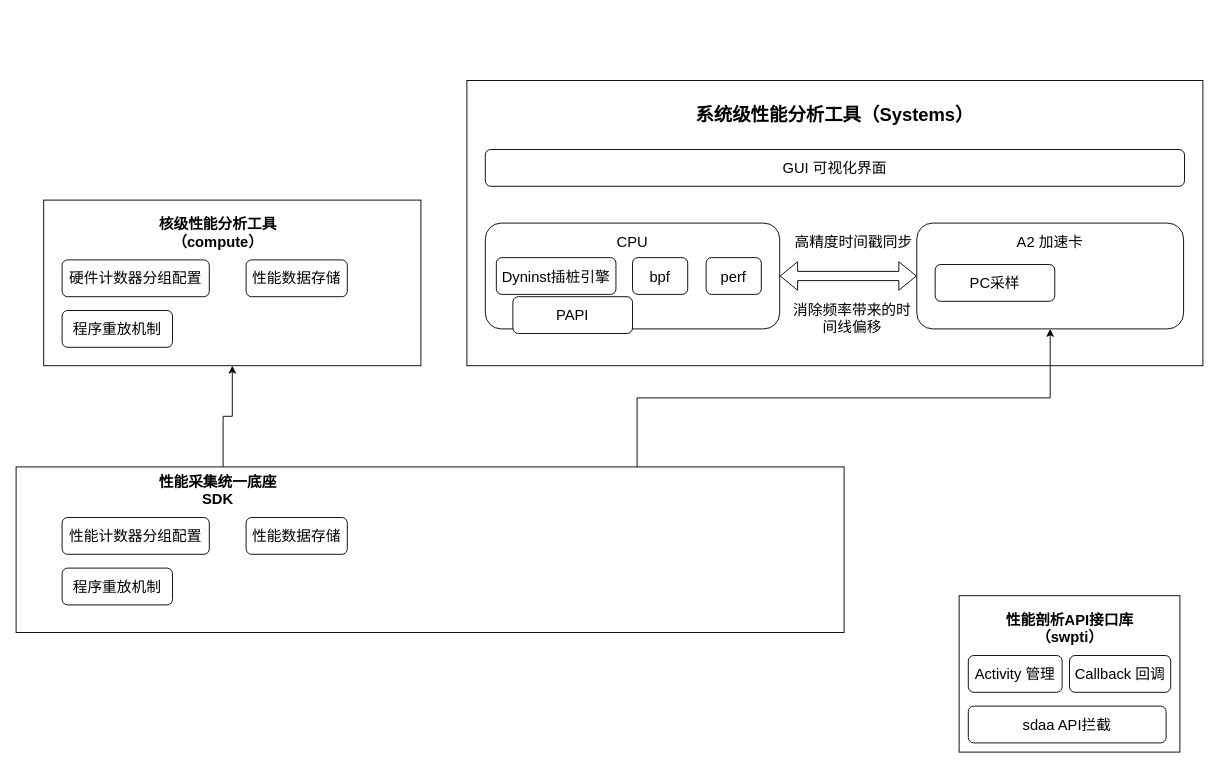
Before: 开发工具整体关系图.drawio in HanxuLiu/drawio-files, a draw.io diagram. Source tidied: cells renumbered, new cells numbered last; positions are measured from the earlier drawing's top-left corner, leaving out a move shared by most shapes. Both pictures are drawn from the tidied source at 92%, with x=0, y=0 at pixel (16, 80).
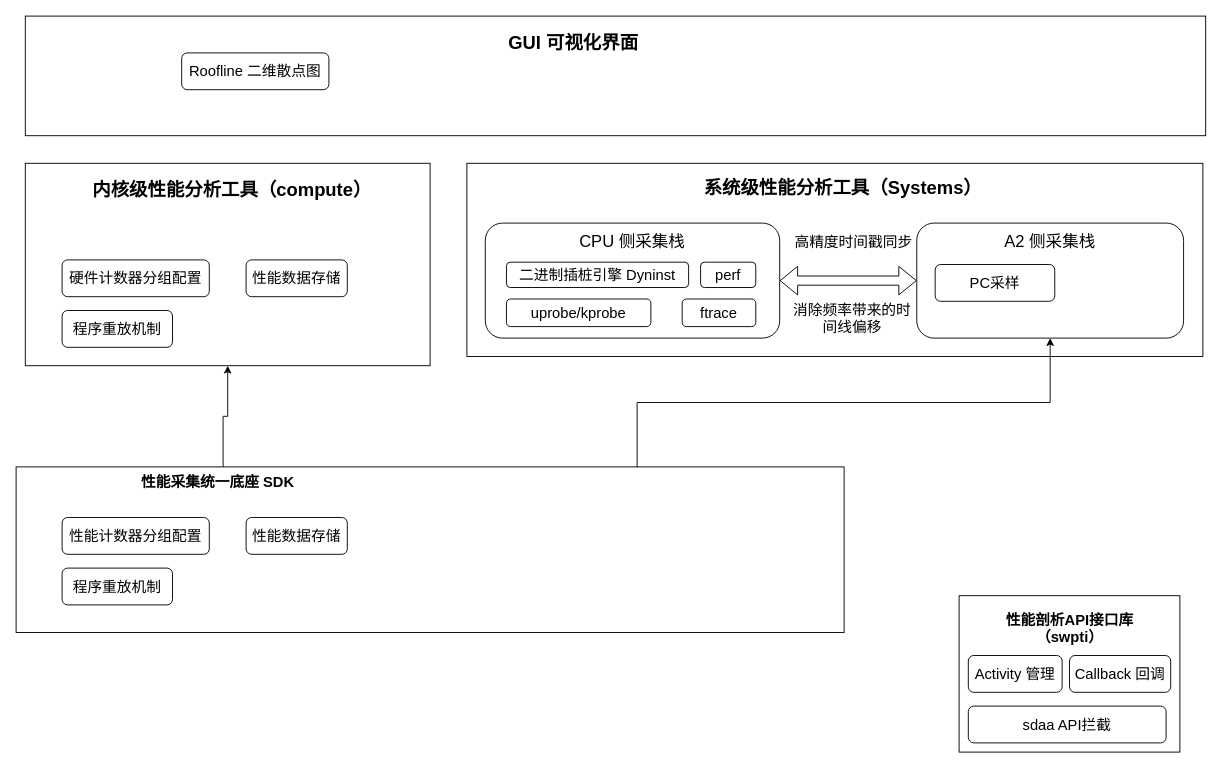
Above is the later version.

Commit message:
更新开发工具整体关系图.drawio

The edit, as a diff of the source:
```diff
@@
-    <mxCell id="10" value="&lt;span style=&quot;&quot;&gt;性能采集统一底座&lt;/span&gt;&lt;div style=&quot;&quot;&gt;SDK&lt;/div&gt;" style="text;whiteSpace=wrap;html=1;align=center;fontSize=16;fontStyle=1;" parent="1" vertex="1">
+    <mxCell id="10" value="&lt;span style=&quot;&quot;&gt;性能采集统一底座&amp;nbsp;&lt;/span&gt;&lt;span style=&quot;background-color: transparent; color: light-dark(rgb(0, 0, 0), rgb(255, 255, 255));&quot;&gt;SDK&lt;/span&gt;" style="text;whiteSpace=wrap;html=1;align=center;fontSize=16;fontStyle=1;" parent="1" vertex="1">
       <mxGeometry x="119" y="420" width="201" height="40" as="geometry" />
     </mxCell>
@@
     <mxCell id="13" value="&lt;div&gt;&lt;br&gt;&lt;/div&gt;&lt;div&gt;&lt;br&gt;&lt;/div&gt;&lt;div&gt;&lt;br&gt;&lt;/div&gt;&lt;div&gt;&lt;br&gt;&lt;/div&gt;" style="rounded=0;whiteSpace=wrap;html=1;fontSize=16;fontStyle=0;" parent="1" vertex="1">
-      <mxGeometry x="30" y="130" width="410" height="180" as="geometry" />
+      <mxGeometry x="10" y="90" width="440" height="220" as="geometry" />
     </mxCell>
@@
-    <mxCell id="16" value="核级性能分析工具&lt;br&gt;&lt;div style=&quot;&quot;&gt;（compute）&lt;/div&gt;" style="text;whiteSpace=wrap;html=1;align=center;fontSize=16;fontStyle=1;" parent="1" vertex="1">
-      <mxGeometry x="119" y="140" width="201" height="40" as="geometry" />
+    <mxCell id="16" value="内核级性能分析工具&lt;span style=&quot;background-color: transparent; color: light-dark(rgb(0, 0, 0), rgb(255, 255, 255));&quot;&gt;（compute）&lt;/span&gt;" style="text;whiteSpace=wrap;html=1;align=center;fontSize=20;fontStyle=1;" parent="1" vertex="1">
+      <mxGeometry x="70" y="100" width="330" height="40" as="geometry" />
     </mxCell>
@@
     <mxCell id="18" value="&lt;div&gt;&lt;br&gt;&lt;/div&gt;&lt;div&gt;&lt;br&gt;&lt;/div&gt;&lt;div&gt;&lt;br&gt;&lt;/div&gt;&lt;div&gt;&lt;br&gt;&lt;/div&gt;" style="rounded=0;whiteSpace=wrap;html=1;fontSize=16;fontStyle=0;" parent="1" vertex="1">
-      <mxGeometry x="490" width="800" height="310" as="geometry" />
+      <mxGeometry x="490" y="90" width="800" height="210" as="geometry" />
     </mxCell>
-    <mxCell id="19" value="CPU&lt;div&gt;&lt;br&gt;&lt;/div&gt;&lt;div&gt;&lt;br&gt;&lt;/div&gt;&lt;div&gt;&lt;br&gt;&lt;/div&gt;&lt;div&gt;&lt;br&gt;&lt;/div&gt;" style="rounded=1;whiteSpace=wrap;html=1;fontStyle=0;fontSize=16;" parent="1" vertex="1">
-      <mxGeometry x="510" y="155" width="320" height="115" as="geometry" />
+    <mxCell id="19" value="&lt;font style=&quot;font-size: 18px;&quot;&gt;CPU 侧采集栈&lt;/font&gt;&lt;div&gt;&lt;font style=&quot;font-size: 18px;&quot;&gt;&lt;br&gt;&lt;/font&gt;&lt;/div&gt;&lt;div&gt;&lt;font style=&quot;font-size: 18px;&quot;&gt;&lt;br&gt;&lt;/font&gt;&lt;/div&gt;&lt;div&gt;&lt;font style=&quot;font-size: 18px;&quot;&gt;&lt;br&gt;&lt;/font&gt;&lt;/div&gt;&lt;div&gt;&lt;br&gt;&lt;/div&gt;" style="rounded=1;whiteSpace=wrap;html=1;fontStyle=0;fontSize=16;" parent="1" vertex="1">
+      <mxGeometry x="510" y="155" width="320" height="125" as="geometry" />
     </mxCell>
     <mxCell id="20" value="系统级性能分析工具&lt;span style=&quot;background-color: transparent; color: light-dark(rgb(0, 0, 0), rgb(255, 255, 255));&quot;&gt;（Systems）&lt;/span&gt;" style="text;whiteSpace=wrap;html=1;align=center;fontSize=20;fontStyle=1;" parent="1" vertex="1">
-      <mxGeometry x="704" y="18" width="372" height="40" as="geometry" />
+      <mxGeometry x="713" y="98" width="372" height="40" as="geometry" />
     </mxCell>
     <mxCell id="21" value="perf" style="rounded=1;whiteSpace=wrap;html=1;fontStyle=0;fontSize=16;" parent="1" vertex="1">
-      <mxGeometry x="750" y="192.5" width="60" height="40" as="geometry" />
+      <mxGeometry x="744" y="197.5" width="60" height="27.5" as="geometry" />
     </mxCell>
-    <mxCell id="22" value="bpf" style="rounded=1;whiteSpace=wrap;html=1;fontStyle=0;fontSize=16;" parent="1" vertex="1">
-      <mxGeometry x="670" y="192.5" width="60" height="40" as="geometry" />
+    <mxCell id="22" value="uprobe/kprobe" style="rounded=1;whiteSpace=wrap;html=1;fontStyle=0;fontSize=16;" parent="1" vertex="1">
+      <mxGeometry x="533" y="237.5" width="157" height="30" as="geometry" />
     </mxCell>
-    <mxCell id="23" value="Dyninst插桩引擎" style="rounded=1;whiteSpace=wrap;html=1;fontStyle=0;fontSize=16;" parent="1" vertex="1">
-      <mxGeometry x="522" y="192.5" width="130" height="40" as="geometry" />
+    <mxCell id="23" value="二进制插桩引擎 Dyninst" style="rounded=1;whiteSpace=wrap;html=1;fontStyle=0;fontSize=16;" parent="1" vertex="1">
+      <mxGeometry x="533" y="197.5" width="198" height="27.5" as="geometry" />
     </mxCell>
-    <mxCell id="24" value="PAPI" style="rounded=1;whiteSpace=wrap;html=1;fontStyle=0;fontSize=16;" parent="1" vertex="1">
-      <mxGeometry x="540" y="235" width="130" height="40" as="geometry" />
+    <mxCell id="24" value="ftrace" style="rounded=1;whiteSpace=wrap;html=1;fontStyle=0;fontSize=16;" parent="1" vertex="1">
+      <mxGeometry x="724" y="237.5" width="80" height="30" as="geometry" />
     </mxCell>
-    <mxCell id="25" value="A2 加速卡&lt;br&gt;&lt;div&gt;&lt;br&gt;&lt;/div&gt;&lt;div&gt;&lt;br&gt;&lt;/div&gt;&lt;div&gt;&lt;br&gt;&lt;/div&gt;&lt;div&gt;&lt;br&gt;&lt;/div&gt;" style="rounded=1;whiteSpace=wrap;html=1;fontStyle=0;fontSize=16;" parent="1" vertex="1">
-      <mxGeometry x="979" y="155" width="290" height="115" as="geometry" />
+    <mxCell id="25" value="&lt;font style=&quot;font-size: 18px;&quot;&gt;A2 侧采集栈&lt;/font&gt;&lt;div&gt;&lt;font style=&quot;font-size: 18px;&quot;&gt;&lt;br&gt;&lt;/font&gt;&lt;div&gt;&lt;font style=&quot;font-size: 18px;&quot;&gt;&lt;br&gt;&lt;/font&gt;&lt;/div&gt;&lt;div&gt;&lt;font style=&quot;font-size: 18px;&quot;&gt;&lt;br&gt;&lt;/font&gt;&lt;/div&gt;&lt;div&gt;&lt;br&gt;&lt;/div&gt;&lt;/div&gt;" style="rounded=1;whiteSpace=wrap;html=1;fontStyle=0;fontSize=16;" parent="1" vertex="1">
+      <mxGeometry x="979" y="155" width="290" height="125" as="geometry" />
     </mxCell>
@@
-    <mxCell id="30" value="GUI 可视化界面" style="rounded=1;whiteSpace=wrap;html=1;fontStyle=0;fontSize=16;" parent="1" vertex="1">
-      <mxGeometry x="510" y="75" width="760" height="40" as="geometry" />
+    <mxCell id="30" style="rounded=0;whiteSpace=wrap;html=1;fontStyle=0;fontSize=16;" parent="1" vertex="1">
+      <mxGeometry x="10" y="-70" width="1283" height="130" as="geometry" />
     </mxCell>
@@
+    <mxCell id="32" value="&lt;span style=&quot;&quot;&gt;GUI 可视化界面&lt;/span&gt;" style="text;whiteSpace=wrap;html=1;align=center;fontSize=20;fontStyle=1;" parent="1" vertex="1">
+      <mxGeometry x="420" y="-60" width="372" height="40" as="geometry" />
+    </mxCell>
+    <mxCell id="33" value="Roofline 二维散点图" style="rounded=1;whiteSpace=wrap;html=1;fontStyle=0;fontSize=16;" parent="1" vertex="1">
+      <mxGeometry x="180" y="-30" width="160" height="40" as="geometry" />
+    </mxCell>
```
